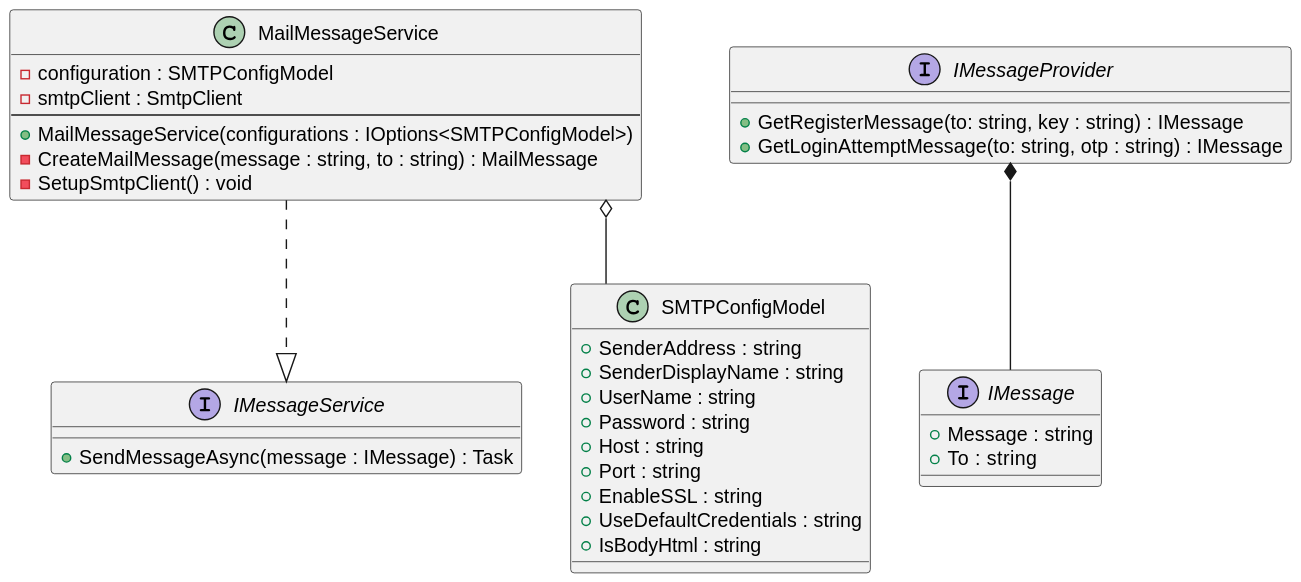
Above: Docs/out/ClassDiagrams/MessageServiceClassDiagram/API class diagram.svg in blackout1471/trust-us-school (PlantUML), before the change.
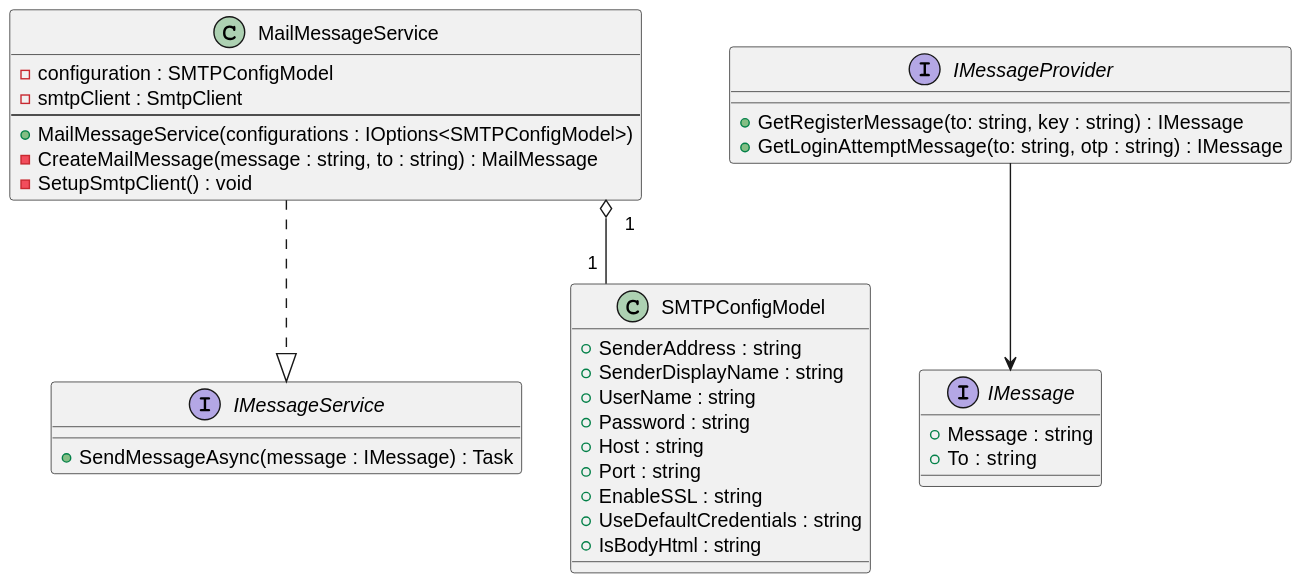
After the commit.

What changed in the source:
```diff
@@ -16,12 +16,12 @@
 }
 
 MailMessageService .-|> IMessageService
-MailMessageService o-- SMTPConfigModel
+MailMessageService"1" o-- "1"SMTPConfigModel
 interface IMessageProvider{
     +GetRegisterMessage(to: string, key : string) : IMessage
     +GetLoginAttemptMessage(to: string, otp : string) : IMessage
 }
-IMessageProvider *-- IMessage
+IMessageProvider --> IMessage
 
 interface IMessage{
     +Message : string
```
